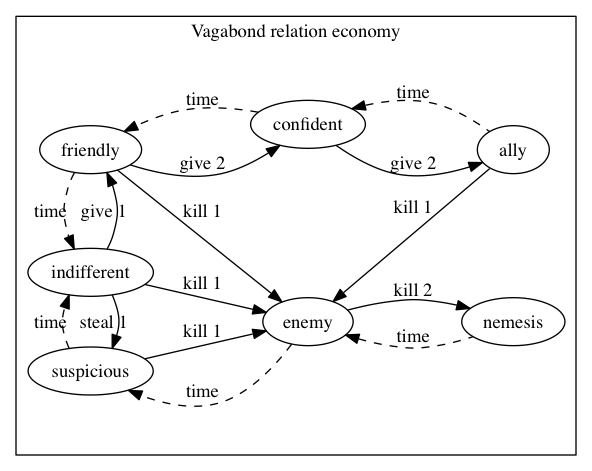
The Graphviz diagram diagrams/vagabond-relation.png in krawaller/root, before a commit. Its source is kept beside it as diagrams/vagabond-relation.dot.
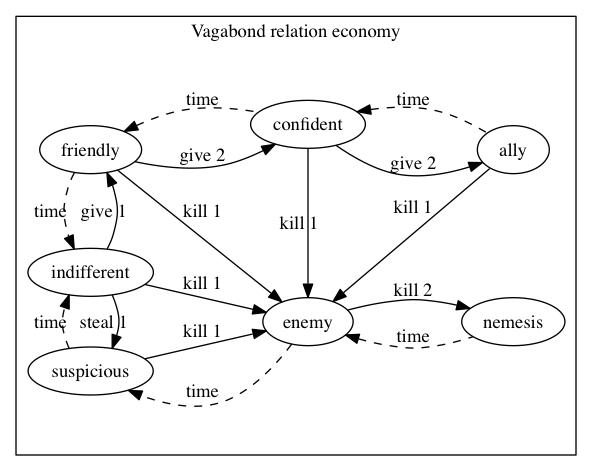
The same file after the commit.

Commit message:
vagabond relation

Change to the diagram source:
```diff
@@ -11,14 +11,15 @@
     friendly -> indifferent [style=dashed label="time"]
 
 
+    friendly -> confident [label="give 2" color=transparent fontcolor=transparent]
+    friendly -> confident [dir=back style=dashed label="time"]
     friendly -> confident [label="give 2"]
-    friendly -> confident [label="give 2" color=transparent fontcolor=transparent]
-    confident -> friendly [style=dashed label="time"]
 
-
-    confident -> ally [dir=back style=dashed label="time"]
     confident-> ally [label="give 2"]
     confident-> ally [label="give 2" color=transparent fontcolor=transparent]
+    confident -> ally [dir=back style=dashed label="time"]
+
+    confident -> enemy [label="  kill 1"]
 
     indifferent -> suspicious [label="steal 1" color=transparent fontcolor=transparent]
     indifferent -> suspicious [label="steal 1"]
```
